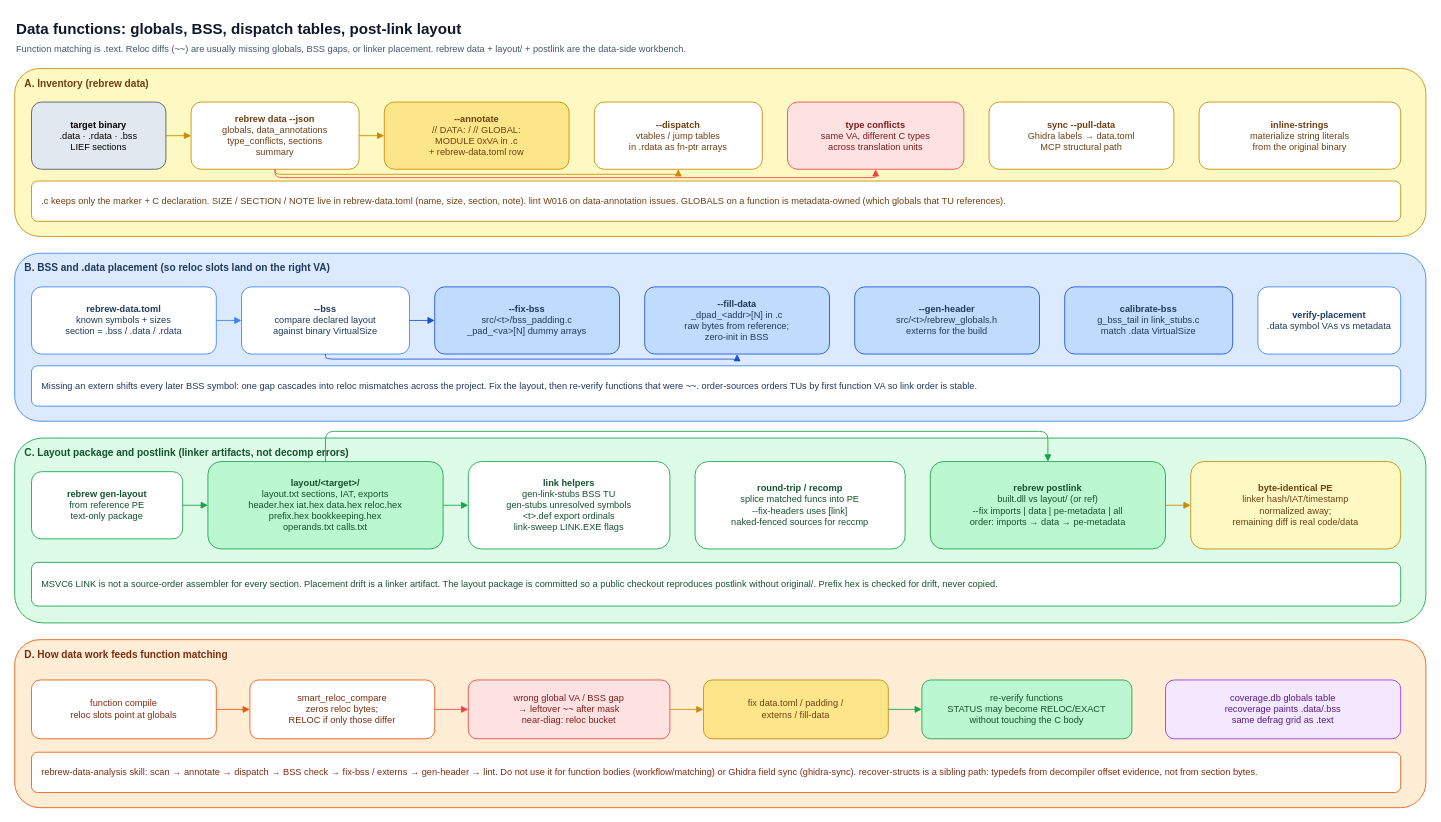
The draw.io diagram page "7. Data, globals, layout" (7 of 9) of docs/architecture.drawio in maci0/rebrew, before the edit. Source tidied: cells renumbered, new cells numbered last; positions are measured from the earlier drawing's top-left corner, leaving out a move shared by most shapes. Both pictures are drawn from the tidied source at 84%, with x=0, y=0 at pixel (14, 14).
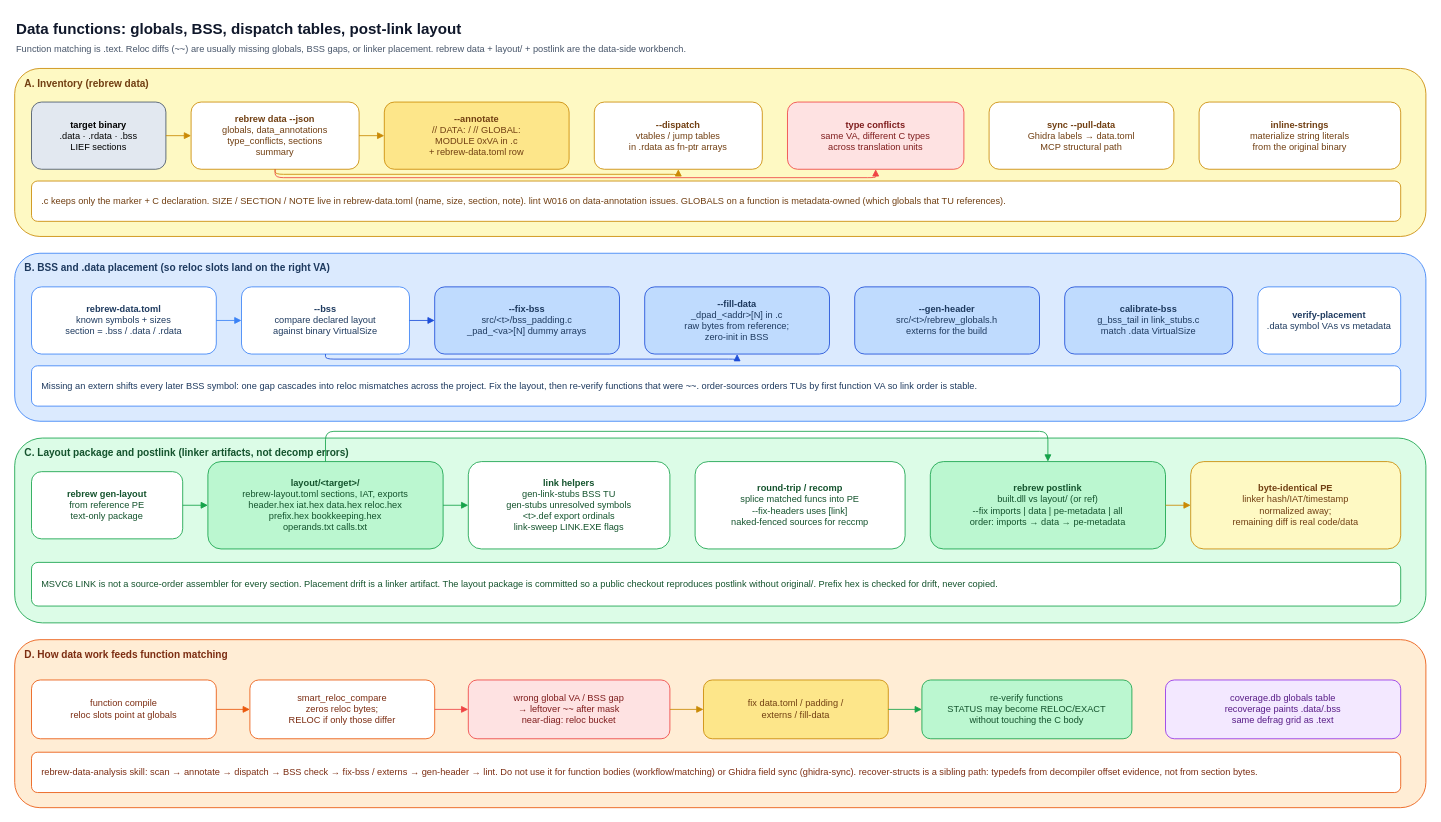
After the change.

Diff of the diagram source:
```diff
@@
-    <mxCell id="31" value="&lt;b&gt;layout/&amp;lt;target&amp;gt;/&lt;/b&gt;&lt;br&gt;layout.txt  sections, IAT, exports&lt;br&gt;header.hex iat.hex data.hex reloc.hex&lt;br&gt;prefix.hex bookkeeping.hex&lt;br&gt;operands.txt calls.txt" style="rounded=1;whiteSpace=wrap;html=1;fillColor=#bbf7d0;strokeColor=#16a34a;fontColor=#14532d;align=center;fontSize=11;" parent="1" vertex="1">
+    <mxCell id="31" value="&lt;b&gt;layout/&amp;lt;target&amp;gt;/&lt;/b&gt;&lt;br&gt;rebrew-layout.toml  sections, IAT, exports&lt;br&gt;header.hex iat.hex data.hex reloc.hex&lt;br&gt;prefix.hex bookkeeping.hex&lt;br&gt;operands.txt calls.txt" style="rounded=1;whiteSpace=wrap;html=1;fillColor=#bbf7d0;strokeColor=#16a34a;fontColor=#14532d;align=center;fontSize=11;" parent="1" vertex="1">
       <mxGeometry x="230" y="532" width="280" height="104" as="geometry" />
     </mxCell>
```
